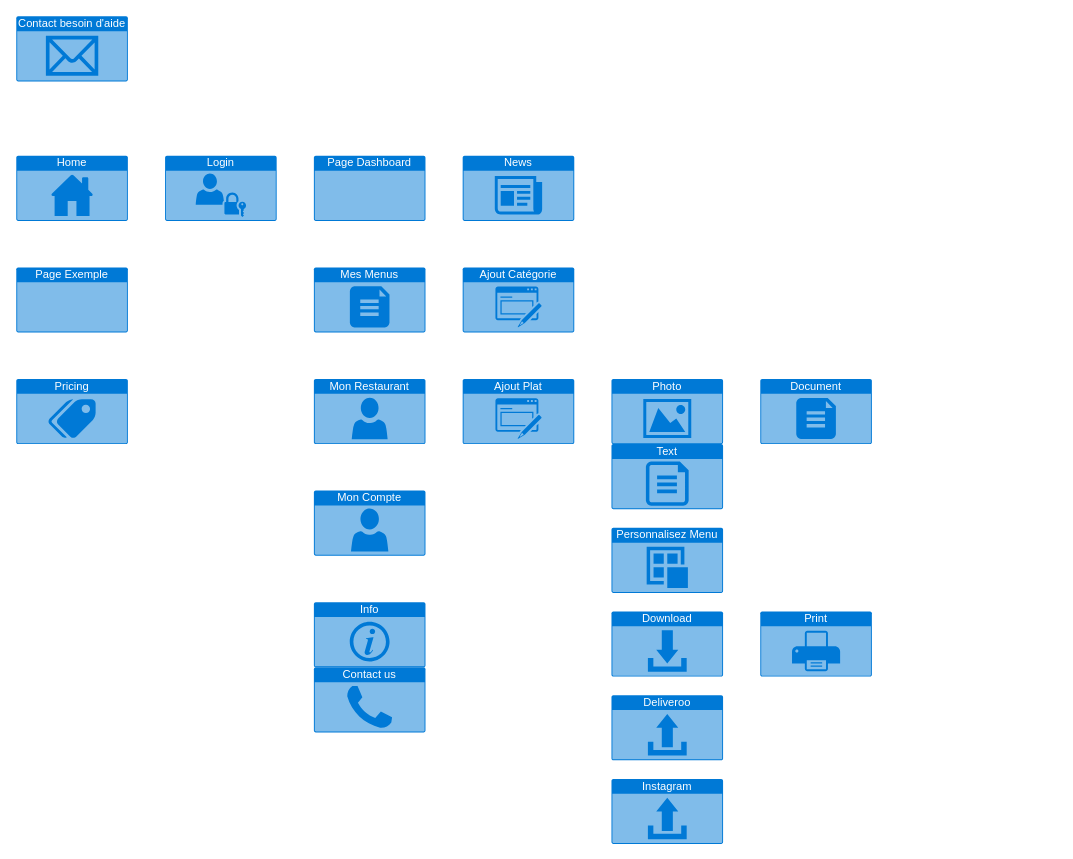
Above: Diagramme sans nom.drawio in Erik-42/OpenClassRooms_Projet_4 (draw.io), before the change. Source tidied: cells renumbered, new cells numbered last; positions are measured from the earlier drawing's top-left corner, leaving out a move shared by most shapes. Both pictures are drawn from the tidied source at 93%, with x=0, y=0 at pixel (16, 16).
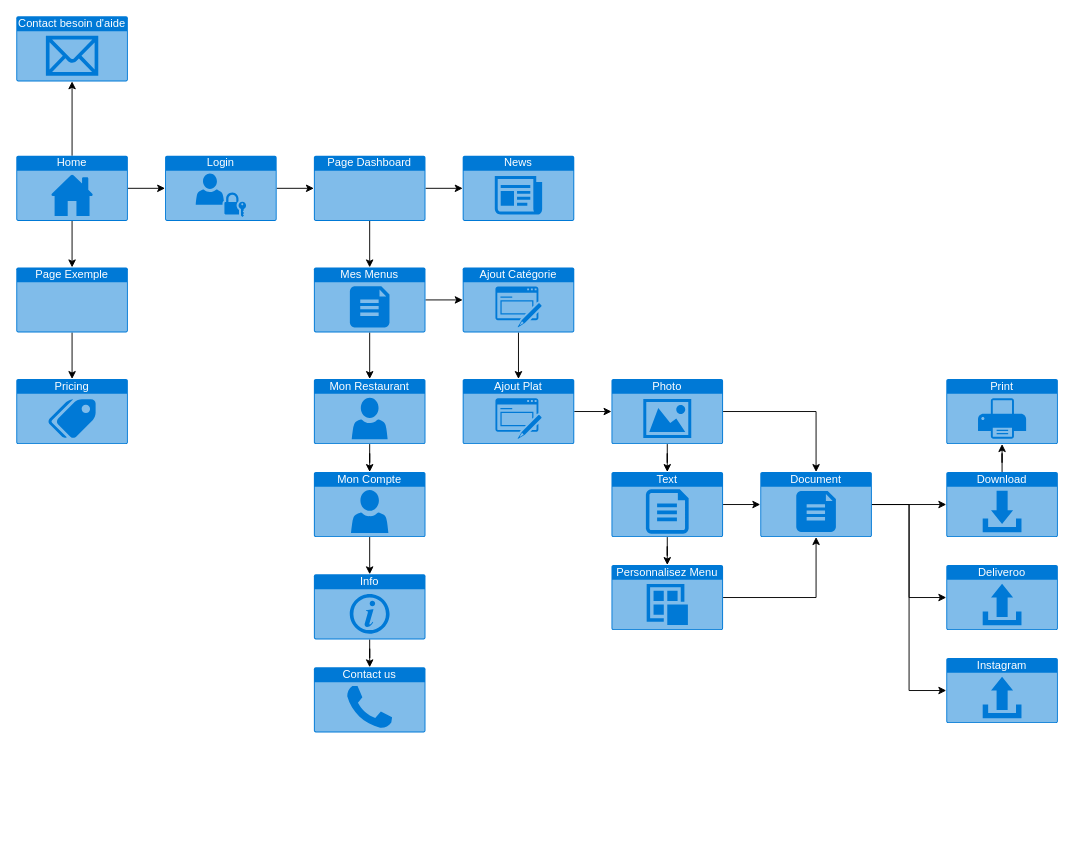
The same diagram, later.

Commit message:
Mettre à jour Diagramme sans nom.drawio

Unchanged cells that the change refers to:
```xml
<mxCell id="2" value="Login" style="html=1;whiteSpace=wrap;strokeColor=none;fillColor=#0079D6;labelPosition=center;verticalLabelPosition=middle;verticalAlign=top;align=center;fontSize=12;outlineConnect=0;spacingTop=-6;fontColor=#FFFFFF;sketch=0;shape=mxgraph.sitemap.login;" parent="1" vertex="1">
  <mxGeometry x="160" y="150" width="120" height="70" as="geometry" />
</mxCell>
<mxCell id="3" value="Page Exemple" style="html=1;whiteSpace=wrap;strokeColor=none;fillColor=#0079D6;labelPosition=center;verticalLabelPosition=middle;verticalAlign=top;align=center;fontSize=12;outlineConnect=0;spacingTop=-6;fontColor=#FFFFFF;sketch=0;shape=mxgraph.sitemap.page;" parent="1" vertex="1">
  <mxGeometry y="270" width="120" height="70" as="geometry" />
</mxCell>
<mxCell id="4" value="Home" style="html=1;whiteSpace=wrap;strokeColor=none;fillColor=#0079D6;labelPosition=center;verticalLabelPosition=middle;verticalAlign=top;align=center;fontSize=12;outlineConnect=0;spacingTop=-6;fontColor=#FFFFFF;sketch=0;shape=mxgraph.sitemap.home;" parent="1" vertex="1">
  <mxGeometry y="150" width="120" height="70" as="geometry" />
</mxCell>
<mxCell id="5" value="Contact besoin d'aide" style="html=1;whiteSpace=wrap;strokeColor=none;fillColor=#0079D6;labelPosition=center;verticalLabelPosition=middle;verticalAlign=top;align=center;fontSize=12;outlineConnect=0;spacingTop=-6;fontColor=#FFFFFF;sketch=0;shape=mxgraph.sitemap.mail;" parent="1" vertex="1">
  <mxGeometry width="120" height="70" as="geometry" />
</mxCell>
<mxCell id="6" value="Page Dashboard" style="html=1;whiteSpace=wrap;strokeColor=none;fillColor=#0079D6;labelPosition=center;verticalLabelPosition=middle;verticalAlign=top;align=center;fontSize=12;outlineConnect=0;spacingTop=-6;fontColor=#FFFFFF;sketch=0;shape=mxgraph.sitemap.page;" parent="1" vertex="1">
  <mxGeometry x="320" y="150" width="120" height="70" as="geometry" />
</mxCell>
<mxCell id="7" value="Mon Restaurant" style="html=1;whiteSpace=wrap;strokeColor=none;fillColor=#0079D6;labelPosition=center;verticalLabelPosition=middle;verticalAlign=top;align=center;fontSize=12;outlineConnect=0;spacingTop=-6;fontColor=#FFFFFF;sketch=0;shape=mxgraph.sitemap.profile;" parent="1" vertex="1">
  <mxGeometry x="320" y="390" width="120" height="70" as="geometry" />
</mxCell>
<mxCell id="8" value="Pricing" style="html=1;whiteSpace=wrap;strokeColor=none;fillColor=#0079D6;labelPosition=center;verticalLabelPosition=middle;verticalAlign=top;align=center;fontSize=12;outlineConnect=0;spacingTop=-6;fontColor=#FFFFFF;sketch=0;shape=mxgraph.sitemap.pricing;" parent="1" vertex="1">
  <mxGeometry y="390" width="120" height="70" as="geometry" />
</mxCell>
<mxCell id="10" value="Mes Menus" style="html=1;whiteSpace=wrap;strokeColor=none;fillColor=#0079D6;labelPosition=center;verticalLabelPosition=middle;verticalAlign=top;align=center;fontSize=12;outlineConnect=0;spacingTop=-6;fontColor=#FFFFFF;sketch=0;shape=mxgraph.sitemap.document;" parent="1" vertex="1">
  <mxGeometry x="320" y="270" width="120" height="70" as="geometry" />
</mxCell>
<mxCell id="11" value="Ajout Catégorie" style="html=1;whiteSpace=wrap;strokeColor=none;fillColor=#0079D6;labelPosition=center;verticalLabelPosition=middle;verticalAlign=top;align=center;fontSize=12;outlineConnect=0;spacingTop=-6;fontColor=#FFFFFF;sketch=0;shape=mxgraph.sitemap.form;" parent="1" vertex="1">
  <mxGeometry x="480" y="270" width="120" height="70" as="geometry" />
</mxCell>
<mxCell id="12" value="Ajout Plat" style="html=1;whiteSpace=wrap;strokeColor=none;fillColor=#0079D6;labelPosition=center;verticalLabelPosition=middle;verticalAlign=top;align=center;fontSize=12;outlineConnect=0;spacingTop=-6;fontColor=#FFFFFF;sketch=0;shape=mxgraph.sitemap.form;" parent="1" vertex="1">
  <mxGeometry x="480" y="390" width="120" height="70" as="geometry" />
</mxCell>
<mxCell id="14" value="Photo" style="html=1;whiteSpace=wrap;strokeColor=none;fillColor=#0079D6;labelPosition=center;verticalLabelPosition=middle;verticalAlign=top;align=center;fontSize=12;outlineConnect=0;spacingTop=-6;fontColor=#FFFFFF;sketch=0;shape=mxgraph.sitemap.photo;" parent="1" vertex="1">
  <mxGeometry x="640" y="390" width="120" height="70" as="geometry" />
</mxCell>
<mxCell id="17" value="Contact us" style="html=1;whiteSpace=wrap;strokeColor=none;fillColor=#0079D6;labelPosition=center;verticalLabelPosition=middle;verticalAlign=top;align=center;fontSize=12;outlineConnect=0;spacingTop=-6;fontColor=#FFFFFF;sketch=0;shape=mxgraph.sitemap.contact_us;" parent="1" vertex="1">
  <mxGeometry x="320" y="700" width="120" height="70" as="geometry" />
</mxCell>
<mxCell id="23" value="News" style="html=1;whiteSpace=wrap;strokeColor=none;fillColor=#0079D6;labelPosition=center;verticalLabelPosition=middle;verticalAlign=top;align=center;fontSize=12;outlineConnect=0;spacingTop=-6;fontColor=#FFFFFF;sketch=0;shape=mxgraph.sitemap.news;" parent="1" vertex="1">
  <mxGeometry x="480" y="150" width="120" height="70" as="geometry" />
</mxCell>
```

Change to the diagram source:
```diff
@@
+    <mxCell id="24" style="edgeStyle=orthogonalEdgeStyle;rounded=0;jettySize=auto;html=1;" parent="1" edge="1" source="2" target="6">
+      <mxGeometry relative="1" as="geometry" />
+    </mxCell>
@@
+    <mxCell id="25" style="edgeStyle=orthogonalEdgeStyle;rounded=0;jettySize=auto;html=1;" parent="1" edge="1" source="3" target="8">
+      <mxGeometry relative="1" as="geometry" />
+    </mxCell>
@@
+    <mxCell id="26" style="edgeStyle=orthogonalEdgeStyle;rounded=0;jettySize=auto;html=1;" parent="1" edge="1" source="4" target="3">
+      <mxGeometry relative="1" as="geometry" />
+    </mxCell>
+    <mxCell id="27" style="edgeStyle=orthogonalEdgeStyle;rounded=0;jettySize=auto;html=1;" parent="1" edge="1" source="4" target="2">
+      <mxGeometry relative="1" as="geometry" />
+    </mxCell>
+    <mxCell id="28" style="edgeStyle=orthogonalEdgeStyle;rounded=0;jettySize=auto;html=1;" parent="1" edge="1" source="4" target="5">
+      <mxGeometry relative="1" as="geometry" />
+    </mxCell>
@@
+    <mxCell id="29" style="edgeStyle=orthogonalEdgeStyle;rounded=0;jettySize=auto;html=1;" parent="1" edge="1" source="6" target="23">
+      <mxGeometry relative="1" as="geometry" />
+    </mxCell>
+    <mxCell id="30" style="edgeStyle=orthogonalEdgeStyle;rounded=0;jettySize=auto;html=1;" parent="1" edge="1" source="6" target="10">
+      <mxGeometry relative="1" as="geometry" />
+    </mxCell>
@@
+    <mxCell id="31" style="edgeStyle=orthogonalEdgeStyle;rounded=0;jettySize=auto;html=1;" parent="1" edge="1" source="7" target="9">
+      <mxGeometry relative="1" as="geometry" />
+    </mxCell>
@@
+    <mxCell id="32" style="edgeStyle=orthogonalEdgeStyle;rounded=0;jettySize=auto;html=1;" parent="1" edge="1" source="9" target="13">
+      <mxGeometry relative="1" as="geometry" />
+    </mxCell>
     <mxCell id="9" value="Mon Compte" style="html=1;whiteSpace=wrap;strokeColor=none;fillColor=#0079D6;labelPosition=center;verticalLabelPosition=middle;verticalAlign=top;align=center;fontSize=12;outlineConnect=0;spacingTop=-6;fontColor=#FFFFFF;sketch=0;shape=mxgraph.sitemap.user;" parent="1" vertex="1">
-      <mxGeometry x="320" y="510" width="120" height="70" as="geometry" />
+      <mxGeometry x="320" y="490" width="120" height="70" as="geometry" />
     </mxCell>
+    <mxCell id="33" style="edgeStyle=orthogonalEdgeStyle;rounded=0;jettySize=auto;html=1;" parent="1" edge="1" source="10" target="7">
+      <mxGeometry relative="1" as="geometry" />
+    </mxCell>
+    <mxCell id="34" style="edgeStyle=orthogonalEdgeStyle;rounded=0;jettySize=auto;html=1;" parent="1" edge="1" source="10" target="11">
+      <mxGeometry relative="1" as="geometry" />
+    </mxCell>
@@
+    <mxCell id="35" style="edgeStyle=orthogonalEdgeStyle;rounded=0;jettySize=auto;html=1;" parent="1" edge="1" source="11" target="12">
+      <mxGeometry relative="1" as="geometry" />
+    </mxCell>
@@
+    <mxCell id="36" style="edgeStyle=orthogonalEdgeStyle;rounded=0;jettySize=auto;html=1;" parent="1" edge="1" source="12" target="14">
+      <mxGeometry relative="1" as="geometry" />
+    </mxCell>
@@
+    <mxCell id="37" style="edgeStyle=orthogonalEdgeStyle;rounded=0;jettySize=auto;html=1;" parent="1" edge="1" source="13" target="17">
+      <mxGeometry relative="1" as="geometry" />
+    </mxCell>
     <mxCell id="13" value="Info" style="html=1;whiteSpace=wrap;strokeColor=none;fillColor=#0079D6;labelPosition=center;verticalLabelPosition=middle;verticalAlign=top;align=center;fontSize=12;outlineConnect=0;spacingTop=-6;fontColor=#FFFFFF;sketch=0;shape=mxgraph.sitemap.info;" parent="1" vertex="1">
-      <mxGeometry x="320" y="630" width="120" height="70" as="geometry" />
+      <mxGeometry x="320" y="600" width="120" height="70" as="geometry" />
     </mxCell>
+    <mxCell id="38" style="edgeStyle=orthogonalEdgeStyle;rounded=0;jettySize=auto;html=1;" parent="1" edge="1" source="14" target="15">
+      <mxGeometry relative="1" as="geometry" />
+    </mxCell>
+    <mxCell id="39" style="edgeStyle=orthogonalEdgeStyle;rounded=0;jettySize=auto;html=1;entryX=0.5;entryY=0;entryDx=0;entryDy=0;entryPerimeter=0;" parent="1" edge="1" source="14" target="16">
+      <mxGeometry relative="1" as="geometry" />
+    </mxCell>
@@
+    <mxCell id="40" style="edgeStyle=orthogonalEdgeStyle;rounded=0;jettySize=auto;html=1;" parent="1" edge="1" source="15" target="18">
+      <mxGeometry relative="1" as="geometry" />
+    </mxCell>
+    <mxCell id="41" style="edgeStyle=orthogonalEdgeStyle;rounded=0;jettySize=auto;html=1;" parent="1" edge="1" source="15" target="16">
+      <mxGeometry relative="1" as="geometry" />
+    </mxCell>
     <mxCell id="15" value="Text" style="html=1;whiteSpace=wrap;strokeColor=none;fillColor=#0079D6;labelPosition=center;verticalLabelPosition=middle;verticalAlign=top;align=center;fontSize=12;outlineConnect=0;spacingTop=-6;fontColor=#FFFFFF;sketch=0;shape=mxgraph.sitemap.text;" parent="1" vertex="1">
-      <mxGeometry x="640" y="460" width="120" height="70" as="geometry" />
+      <mxGeometry x="640" y="490" width="120" height="70" as="geometry" />
     </mxCell>
+    <mxCell id="42" style="edgeStyle=orthogonalEdgeStyle;rounded=0;jettySize=auto;html=1;" parent="1" edge="1" source="16" target="20">
+      <mxGeometry relative="1" as="geometry" />
+    </mxCell>
+    <mxCell id="43" style="edgeStyle=orthogonalEdgeStyle;rounded=0;jettySize=auto;html=1;exitX=1;exitY=0.5;exitDx=0;exitDy=0;exitPerimeter=0;entryX=0;entryY=0.5;entryDx=0;entryDy=0;entryPerimeter=0;" parent="1" edge="1" source="16" target="22">
+      <mxGeometry relative="1" as="geometry" />
+    </mxCell>
+    <mxCell id="44" style="edgeStyle=orthogonalEdgeStyle;rounded=0;jettySize=auto;html=1;exitX=1;exitY=0.5;exitDx=0;exitDy=0;exitPerimeter=0;entryX=0;entryY=0.5;entryDx=0;entryDy=0;entryPerimeter=0;" parent="1" edge="1" source="16" target="21">
+      <mxGeometry relative="1" as="geometry" />
+    </mxCell>
     <mxCell id="16" value="Document" style="html=1;whiteSpace=wrap;strokeColor=none;fillColor=#0079D6;labelPosition=center;verticalLabelPosition=middle;verticalAlign=top;align=center;fontSize=12;outlineConnect=0;spacingTop=-6;fontColor=#FFFFFF;sketch=0;shape=mxgraph.sitemap.document;" parent="1" vertex="1">
-      <mxGeometry x="800" y="390" width="120" height="70" as="geometry" />
+      <mxGeometry x="800" y="490" width="120" height="70" as="geometry" />
     </mxCell>
@@
+    <mxCell id="45" style="edgeStyle=orthogonalEdgeStyle;rounded=0;jettySize=auto;html=1;exitX=1;exitY=0.5;exitDx=0;exitDy=0;exitPerimeter=0;entryX=0.5;entryY=1;entryDx=0;entryDy=0;entryPerimeter=0;" parent="1" edge="1" source="18" target="16">
+      <mxGeometry relative="1" as="geometry" />
+    </mxCell>
     <mxCell id="18" value="Personnalisez Menu" style="html=1;whiteSpace=wrap;strokeColor=none;fillColor=#0079D6;labelPosition=center;verticalLabelPosition=middle;verticalAlign=top;align=center;fontSize=12;outlineConnect=0;spacingTop=-6;fontColor=#FFFFFF;sketch=0;shape=mxgraph.sitemap.post;" parent="1" vertex="1">
-      <mxGeometry x="640" y="550" width="120" height="70" as="geometry" />
+      <mxGeometry x="640" y="590" width="120" height="70" as="geometry" />
     </mxCell>
     <mxCell id="19" value="Print" style="html=1;whiteSpace=wrap;strokeColor=none;fillColor=#0079D6;labelPosition=center;verticalLabelPosition=middle;verticalAlign=top;align=center;fontSize=12;outlineConnect=0;spacingTop=-6;fontColor=#FFFFFF;sketch=0;shape=mxgraph.sitemap.print;" parent="1" vertex="1">
-      <mxGeometry x="800" y="640" width="120" height="70" as="geometry" />
+      <mxGeometry x="1000" y="390" width="120" height="70" as="geometry" />
     </mxCell>
+    <mxCell id="46" style="edgeStyle=orthogonalEdgeStyle;rounded=0;jettySize=auto;html=1;" parent="1" edge="1" source="20" target="19">
+      <mxGeometry relative="1" as="geometry" />
+    </mxCell>
     <mxCell id="20" value="Download" style="html=1;whiteSpace=wrap;strokeColor=none;fillColor=#0079D6;labelPosition=center;verticalLabelPosition=middle;verticalAlign=top;align=center;fontSize=12;outlineConnect=0;spacingTop=-6;fontColor=#FFFFFF;sketch=0;shape=mxgraph.sitemap.download;" parent="1" vertex="1">
-      <mxGeometry x="640" y="640" width="120" height="70" as="geometry" />
+      <mxGeometry x="1000" y="490" width="120" height="70" as="geometry" />
     </mxCell>
     <mxCell id="21" value="Deliveroo" style="html=1;whiteSpace=wrap;strokeColor=none;fillColor=#0079D6;labelPosition=center;verticalLabelPosition=middle;verticalAlign=top;align=center;fontSize=12;outlineConnect=0;spacingTop=-6;fontColor=#FFFFFF;sketch=0;shape=mxgraph.sitemap.upload;" parent="1" vertex="1">
-      <mxGeometry x="640" y="730" width="120" height="70" as="geometry" />
+      <mxGeometry x="1000" y="590" width="120" height="70" as="geometry" />
     </mxCell>
     <mxCell id="22" value="Instagram" style="html=1;whiteSpace=wrap;strokeColor=none;fillColor=#0079D6;labelPosition=center;verticalLabelPosition=middle;verticalAlign=top;align=center;fontSize=12;outlineConnect=0;spacingTop=-6;fontColor=#FFFFFF;sketch=0;shape=mxgraph.sitemap.upload;" parent="1" vertex="1">
-      <mxGeometry x="640" y="820" width="120" height="70" as="geometry" />
+      <mxGeometry x="1000" y="690" width="120" height="70" as="geometry" />
     </mxCell>
```
